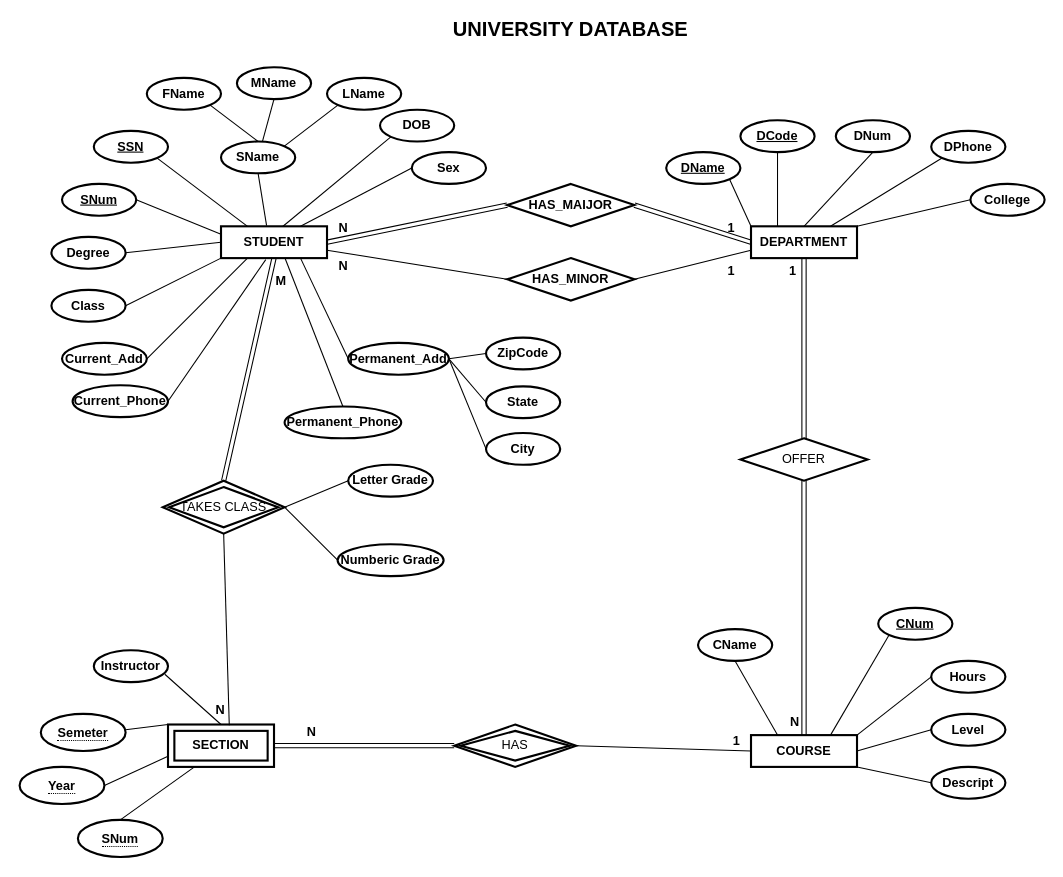
This is Ex1.drawio from kieuvantuyen01/testGit, a draw.io file, before an edit. Source tidied: cells renumbered, new cells numbered last; positions are measured from the earlier drawing's top-left corner, leaving out a move shared by most shapes. Both pictures are drawn from the tidied source at 106%, with x=0, y=0 at pixel (19, 24).
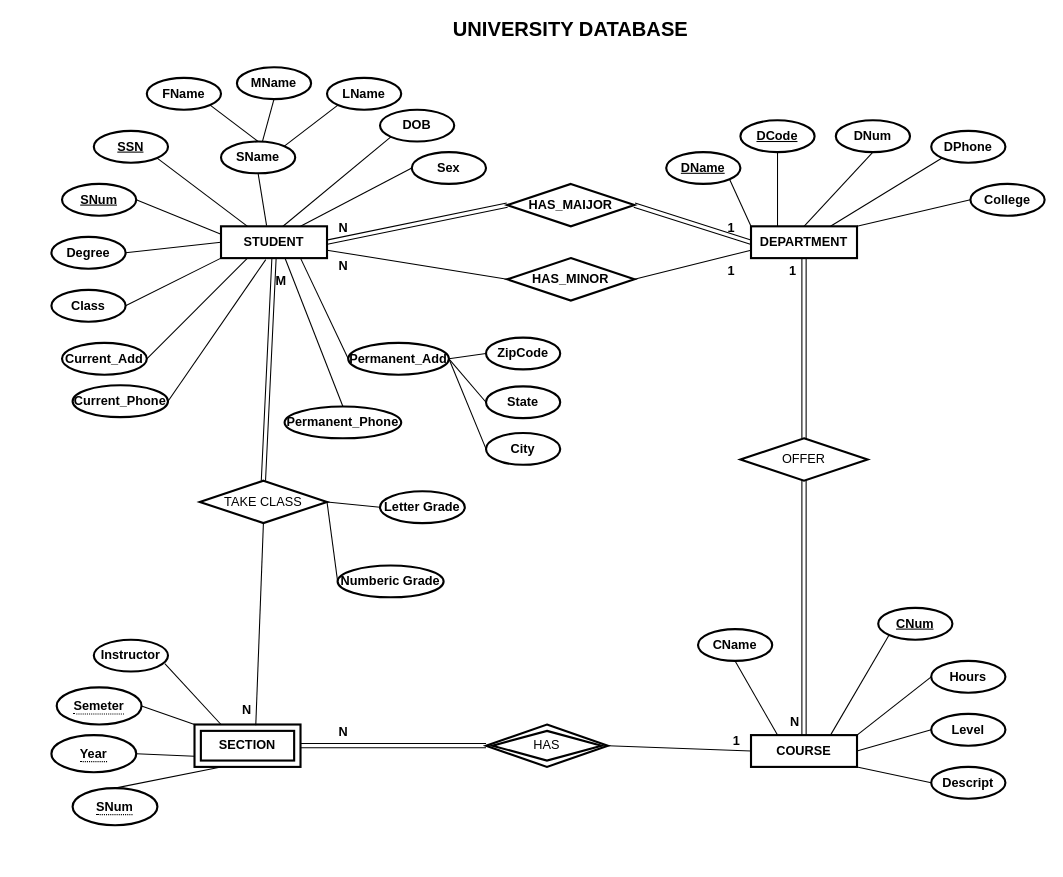
The same diagram, later.

Unchanged cells that the change refers to:
```xml
<mxCell id="2" value="STUDENT" style="rounded=0;whiteSpace=wrap;html=1;strokeWidth=2;fontStyle=1;" parent="1" vertex="1">
  <mxGeometry x="190" y="190" width="100" height="30" as="geometry" />
</mxCell>
```

What changed in the source:
```diff
@@
     <mxCell id="32" value="Instructor" style="ellipse;whiteSpace=wrap;html=1;align=center;fontStyle=1;strokeWidth=2;" parent="1" vertex="1">
-      <mxGeometry x="70" y="590" width="70" height="30" as="geometry" />
+      <mxGeometry x="70" y="580" width="70" height="30" as="geometry" />
     </mxCell>
     <mxCell id="33" value="&lt;span&gt;SECTION&lt;/span&gt;" style="shape=ext;margin=3;double=1;whiteSpace=wrap;html=1;align=center;strokeWidth=2;fontStyle=1;" parent="1" vertex="1">
-      <mxGeometry x="140" y="660" width="100" height="40" as="geometry" />
+      <mxGeometry x="165" y="660" width="100" height="40" as="geometry" />
     </mxCell>
@@
-    <mxCell id="61" style="endArrow=none;html=1;rounded=0;exitX=0.5;exitY=0;exitDx=0;exitDy=0;entryX=0.957;entryY=0.753;entryDx=0;entryDy=0;entryPerimeter=0;fontStyle=1;" parent="1" edge="1" source="33" target="32">
+    <mxCell id="61" style="endArrow=none;html=1;rounded=0;exitX=0.25;exitY=0;exitDx=0;exitDy=0;entryX=0.957;entryY=0.753;entryDx=0;entryDy=0;entryPerimeter=0;fontStyle=1;" parent="1" edge="1" source="33" target="32">
       <mxGeometry relative="1" as="geometry" />
     </mxCell>
-    <mxCell id="62" style="endArrow=none;html=1;rounded=0;exitX=0;exitY=0;exitDx=0;exitDy=0;entryX=1;entryY=0.5;entryDx=0;entryDy=0;fontStyle=1;" parent="1" edge="1" source="33">
-      <mxGeometry relative="1" as="geometry">
-        <mxPoint x="100" y="665" as="targetPoint" />
-      </mxGeometry>
+    <mxCell id="62" style="endArrow=none;html=1;rounded=0;exitX=0;exitY=0;exitDx=0;exitDy=0;entryX=1;entryY=0.5;entryDx=0;entryDy=0;fontStyle=1;" parent="1" edge="1" source="33" target="94">
+      <mxGeometry relative="1" as="geometry" />
     </mxCell>
@@
     <mxCell id="80" value="HAS" style="shape=rhombus;double=1;perimeter=rhombusPerimeter;whiteSpace=wrap;html=1;align=center;strokeWidth=2;fontStyle=0;" parent="1" vertex="1">
-      <mxGeometry x="410" y="660" width="115" height="40" as="geometry" />
+      <mxGeometry x="440" y="660" width="115" height="40" as="geometry" />
     </mxCell>
@@
-    <mxCell id="85" value="TAKES CLASS" style="shape=rhombus;double=1;perimeter=rhombusPerimeter;whiteSpace=wrap;html=1;align=center;strokeWidth=2;fontStyle=0;" parent="1" vertex="1">
-      <mxGeometry x="135" y="430" width="115" height="50" as="geometry" />
-    </mxCell>
-    <mxCell id="86" style="endArrow=none;html=1;rounded=0;entryX=0.578;entryY=0.015;entryDx=0;entryDy=0;entryPerimeter=0;exitX=0.5;exitY=1;exitDx=0;exitDy=0;fontStyle=1;" parent="1" edge="1" source="85" target="33">
+    <mxCell id="86" style="endArrow=none;html=1;rounded=0;entryX=0.578;entryY=0.015;entryDx=0;entryDy=0;entryPerimeter=0;exitX=0.5;exitY=1;exitDx=0;exitDy=0;fontStyle=1;" parent="1" edge="1" source="98" target="33">
       <mxGeometry relative="1" as="geometry" />
     </mxCell>
@@
-    <mxCell id="88" style="shape=link;html=1;rounded=0;exitX=0.5;exitY=1;exitDx=0;exitDy=0;entryX=0.5;entryY=0;entryDx=0;entryDy=0;fontStyle=1;" parent="1" edge="1" source="2" target="85">
+    <mxCell id="88" style="shape=link;html=1;rounded=0;exitX=0.5;exitY=1;exitDx=0;exitDy=0;entryX=0.5;entryY=0;entryDx=0;entryDy=0;fontStyle=1;" parent="1" edge="1" source="2" target="98">
       <mxGeometry relative="1" as="geometry" />
     </mxCell>
@@
     <mxCell id="90" value="Numberic Grade" style="ellipse;whiteSpace=wrap;html=1;align=center;fontStyle=1;strokeWidth=2;" parent="1" vertex="1">
-      <mxGeometry x="300" y="490" width="100" height="30" as="geometry" />
+      <mxGeometry x="300" y="510" width="100" height="30" as="geometry" />
     </mxCell>
     <mxCell id="91" value="Letter Grade" style="ellipse;whiteSpace=wrap;html=1;align=center;fontStyle=1;strokeWidth=2;" parent="1" vertex="1">
-      <mxGeometry x="310" y="415" width="80" height="30" as="geometry" />
+      <mxGeometry x="340" y="440" width="80" height="30" as="geometry" />
     </mxCell>
-    <mxCell id="92" style="endArrow=none;html=1;rounded=0;exitX=1;exitY=0.5;exitDx=0;exitDy=0;entryX=0;entryY=0.5;entryDx=0;entryDy=0;fontStyle=1;" parent="1" edge="1" source="85" target="91">
+    <mxCell id="92" style="endArrow=none;html=1;rounded=0;exitX=1;exitY=0.5;exitDx=0;exitDy=0;entryX=0;entryY=0.5;entryDx=0;entryDy=0;fontStyle=1;" parent="1" edge="1" source="98" target="91">
       <mxGeometry relative="1" as="geometry" />
     </mxCell>
-    <mxCell id="93" style="endArrow=none;html=1;rounded=0;exitX=1;exitY=0.5;exitDx=0;exitDy=0;entryX=0;entryY=0.5;entryDx=0;entryDy=0;fontStyle=1;" parent="1" edge="1" source="85" target="90">
+    <mxCell id="93" style="endArrow=none;html=1;rounded=0;exitX=1;exitY=0.5;exitDx=0;exitDy=0;entryX=0;entryY=0.5;entryDx=0;entryDy=0;fontStyle=1;" parent="1" edge="1" source="98" target="90">
       <mxGeometry relative="1" as="geometry" />
     </mxCell>
     <mxCell id="94" value="&lt;span style=&quot;border-bottom: 1px dotted&quot;&gt;Semeter&lt;/span&gt;" style="ellipse;whiteSpace=wrap;html=1;align=center;strokeWidth=2;fontStyle=1;" parent="1" vertex="1">
-      <mxGeometry x="20" y="650" width="80" height="35" as="geometry" />
+      <mxGeometry x="35" y="625" width="80" height="35" as="geometry" />
     </mxCell>
     <mxCell id="95" value="&lt;span style=&quot;border-bottom: 1px dotted&quot;&gt;Year&lt;/span&gt;" style="ellipse;whiteSpace=wrap;html=1;align=center;strokeWidth=2;fontStyle=1;" parent="1" vertex="1">
-      <mxGeometry y="700" width="80" height="35" as="geometry" />
+      <mxGeometry x="30" y="670" width="80" height="35" as="geometry" />
     </mxCell>
     <mxCell id="96" value="&lt;span style=&quot;border-bottom: 1px dotted&quot;&gt;SNum&lt;/span&gt;" style="ellipse;whiteSpace=wrap;html=1;align=center;strokeWidth=2;fontStyle=1;" parent="1" vertex="1">
-      <mxGeometry x="55" y="750" width="80" height="35" as="geometry" />
+      <mxGeometry x="50" y="720" width="80" height="35" as="geometry" />
     </mxCell>
@@
+    <mxCell id="98" value="&lt;span style=&quot;font-weight: normal&quot;&gt;TAKE CLASS&lt;/span&gt;" style="shape=rhombus;perimeter=rhombusPerimeter;whiteSpace=wrap;html=1;align=center;strokeWidth=2;fontStyle=1;" parent="1" vertex="1">
+      <mxGeometry x="170" y="430" width="120" height="40" as="geometry" />
+    </mxCell>
```
